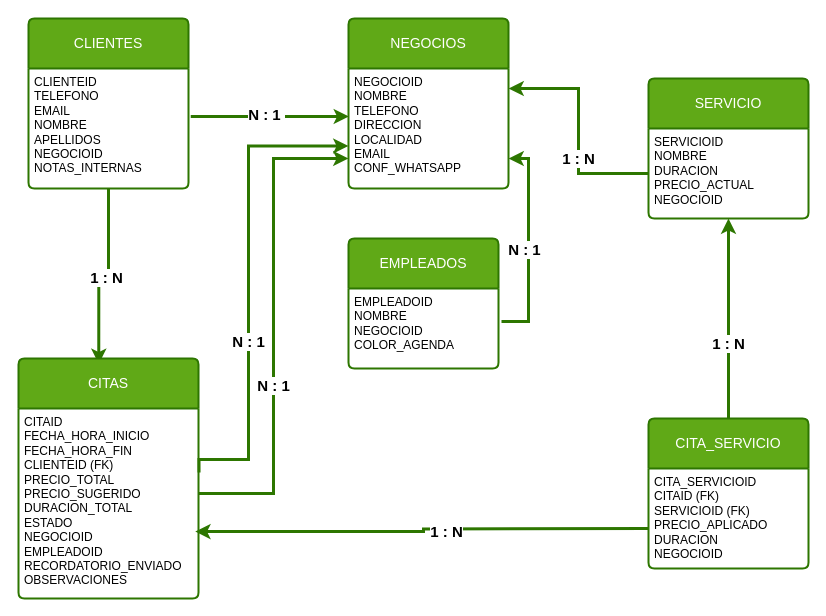
This is Diagrama sin título.drawio from malbaaparicio/GestionCitasApi, a draw.io file, before an edit. Source tidied: cells renumbered, new cells numbered last; positions are measured from the earlier drawing's top-left corner, leaving out a move shared by most shapes. Both pictures are drawn from the tidied source at 100%, with x=0, y=0 at pixel (18, 18).
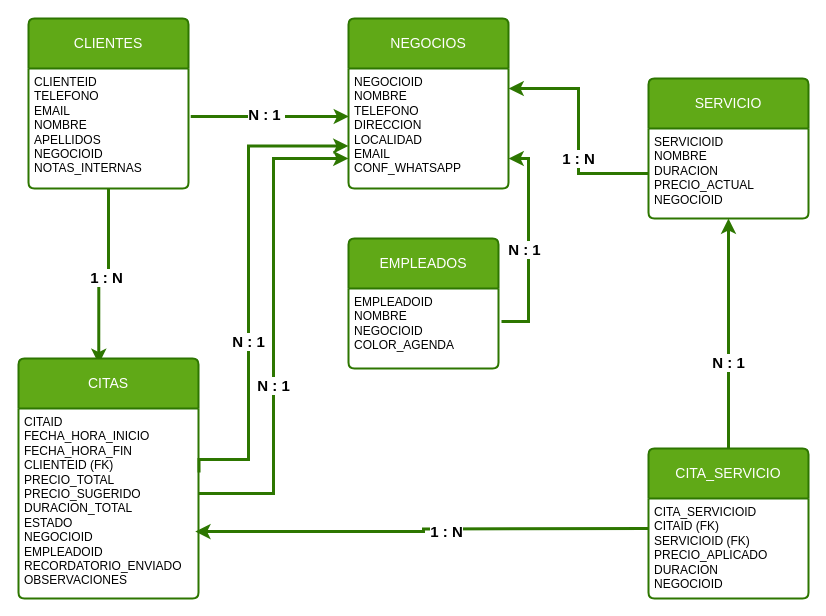
Above is the later version.

Unchanged cells that the change refers to:
```xml
<mxCell id="12" style="edgeStyle=orthogonalEdgeStyle;rounded=0;jettySize=auto;html=1;strokeWidth=3;fillColor=#60a917;strokeColor=#2D7600;" parent="1" edge="1" source="14" target="7">
  <mxGeometry relative="1" as="geometry" />
</mxCell>
```

Diff of the diagram source:
```diff
@@
-    <mxCell id="13" value="&lt;font style=&quot;font-size: 15px;&quot;&gt;&lt;b&gt;1 : N&lt;/b&gt;&lt;/font&gt;" style="edgeLabel;html=1;align=center;verticalAlign=middle;" parent="12" vertex="1">
+    <mxCell id="13" value="&lt;font style=&quot;font-size: 15px;&quot;&gt;&lt;b&gt;N : 1&lt;/b&gt;&lt;/font&gt;" style="edgeLabel;html=1;align=center;verticalAlign=middle;" parent="12" vertex="1">
       <mxGeometry x="-0.24" y="1" relative="1" as="geometry" />
     </mxCell>
     <mxCell id="14" value="CITA_SERVICIO" style="swimlane;horizontal=1;startSize=50;rounded=1;fontSize=14;fontStyle=0;strokeWidth=2;shadow=0;dashed=0;align=center;arcSize=4;whiteSpace=wrap;html=1;fillColor=#60a917;fontColor=#ffffff;strokeColor=#2D7600;" parent="1" vertex="1">
-      <mxGeometry x="630" y="400" width="160" height="150" as="geometry" />
+      <mxGeometry x="630" y="430" width="160" height="150" as="geometry" />
     </mxCell>
```
